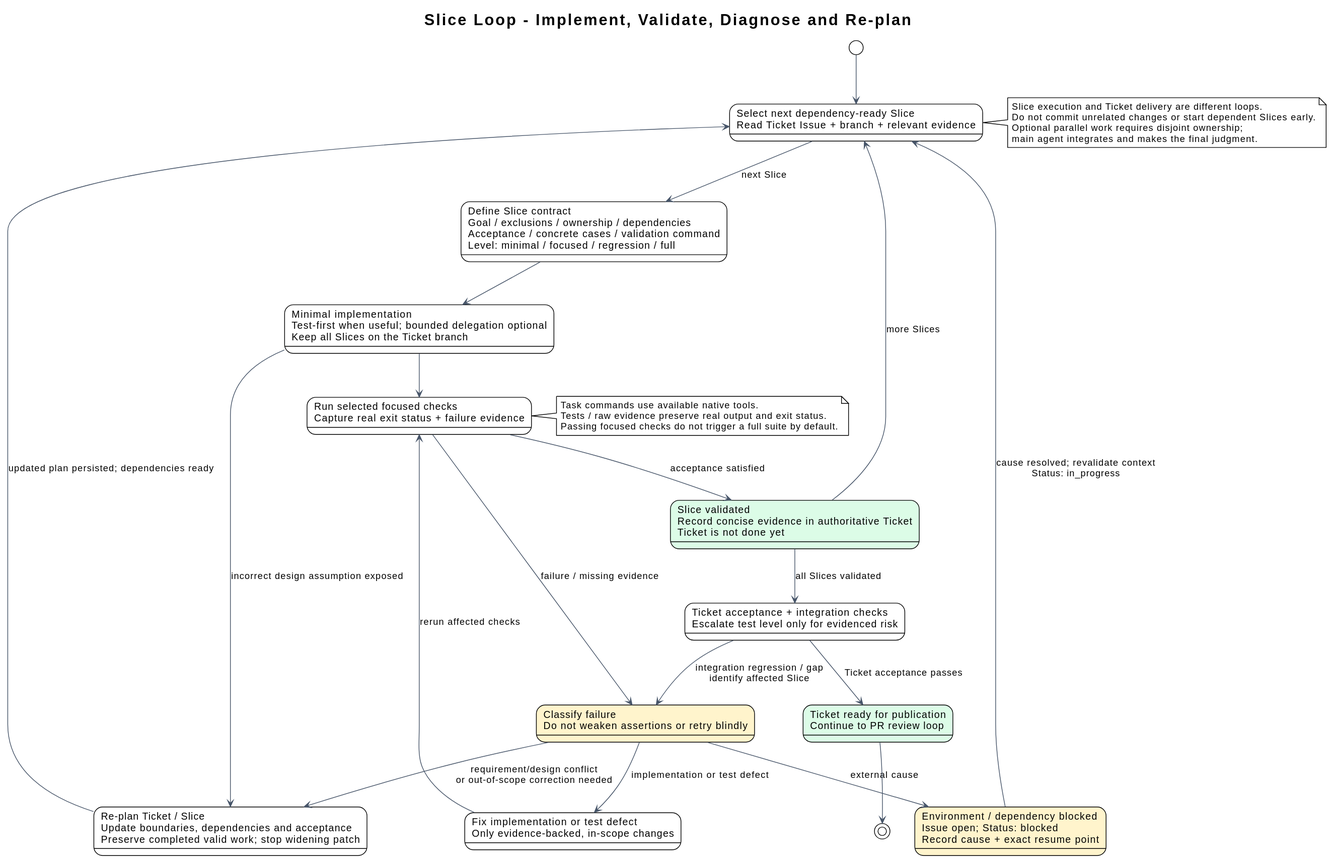
Before: docs/diagrams/ticket-slice-loop.svg, a diagram exported from PlantUML (i-zrhe2016/codex-development-workflow).
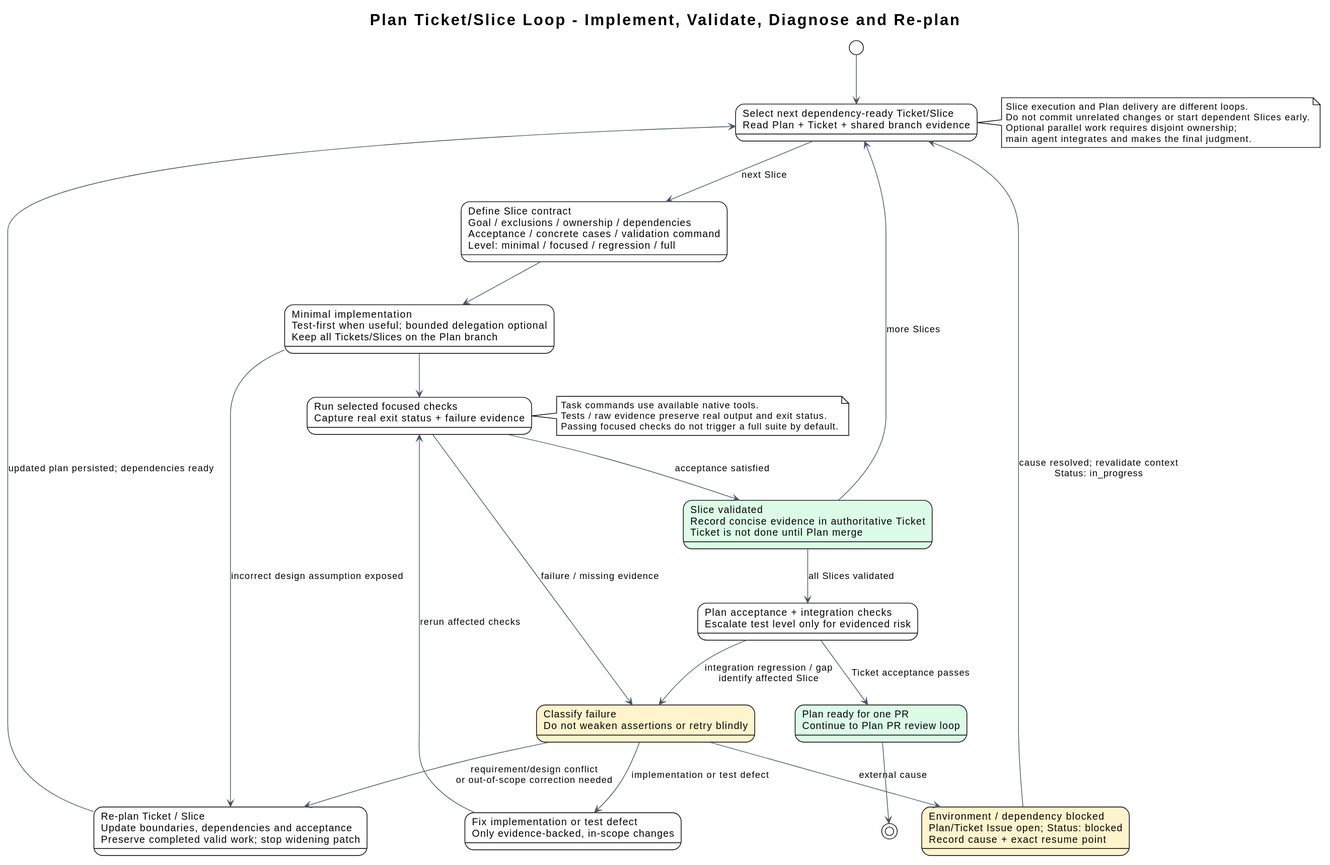
After the change.

Diff of the diagram source:
```diff
@@ -3,19 +3,19 @@
 skinparam defaultFontName Arial
 skinparam shadowing false
 skinparam ArrowColor #475569
-title Slice Loop - Implement, Validate, Diagnose and Re-plan
+title Plan Ticket/Slice Loop - Implement, Validate, Diagnose and Re-plan
 
-state "Select next dependency-ready Slice\nRead Ticket Issue + branch + relevant evidence" as select
+state "Select next dependency-ready Ticket/Slice\nRead Plan + Ticket + shared branch evidence" as select
 state "Define Slice contract\nGoal / exclusions / ownership / dependencies\nAcceptance / concrete cases / validation command\nLevel: minimal / focused / regression / full" as contract
-state "Minimal implementation\nTest-first when useful; bounded delegation optional\nKeep all Slices on the Ticket branch" as implement
+state "Minimal implementation\nTest-first when useful; bounded delegation optional\nKeep all Tickets/Slices on the Plan branch" as implement
 state "Run selected focused checks\nCapture real exit status + failure evidence" as test
 state "Classify failure\nDo not weaken assertions or retry blindly" as diagnose #FFF4CC
 state "Fix implementation or test defect\nOnly evidence-backed, in-scope changes" as fix
-state "Environment / dependency blocked\nIssue open; Status: blocked\nRecord cause + exact resume point" as blocked #FFF4CC
+state "Environment / dependency blocked\nPlan/Ticket Issue open; Status: blocked\nRecord cause + exact resume point" as blocked #FFF4CC
 state "Re-plan Ticket / Slice\nUpdate boundaries, dependencies and acceptance\nPreserve completed valid work; stop widening patch" as replan
-state "Slice validated\nRecord concise evidence in authoritative Ticket\nTicket is not done yet" as slice_done #DCFCE7
-state "Ticket acceptance + integration checks\nEscalate test level only for evidenced risk" as integrate
-state "Ticket ready for publication\nContinue to PR review loop" as ready #DCFCE7
+state "Slice validated\nRecord concise evidence in authoritative Ticket\nTicket is not done until Plan merge" as slice_done #DCFCE7
+state "Plan acceptance + integration checks\nEscalate test level only for evidenced risk" as integrate
+state "Plan ready for one PR\nContinue to Plan PR review loop" as ready #DCFCE7
 
 [*] --> select
 select --> contract : next Slice
@@ -37,7 +37,7 @@
 ready --> [*]
 
 note right of select
-Slice execution and Ticket delivery are different loops.
+Slice execution and Plan delivery are different loops.
 Do not commit unrelated changes or start dependent Slices early.
 Optional parallel work requires disjoint ownership;
 main agent integrates and makes the final judgment.
```
